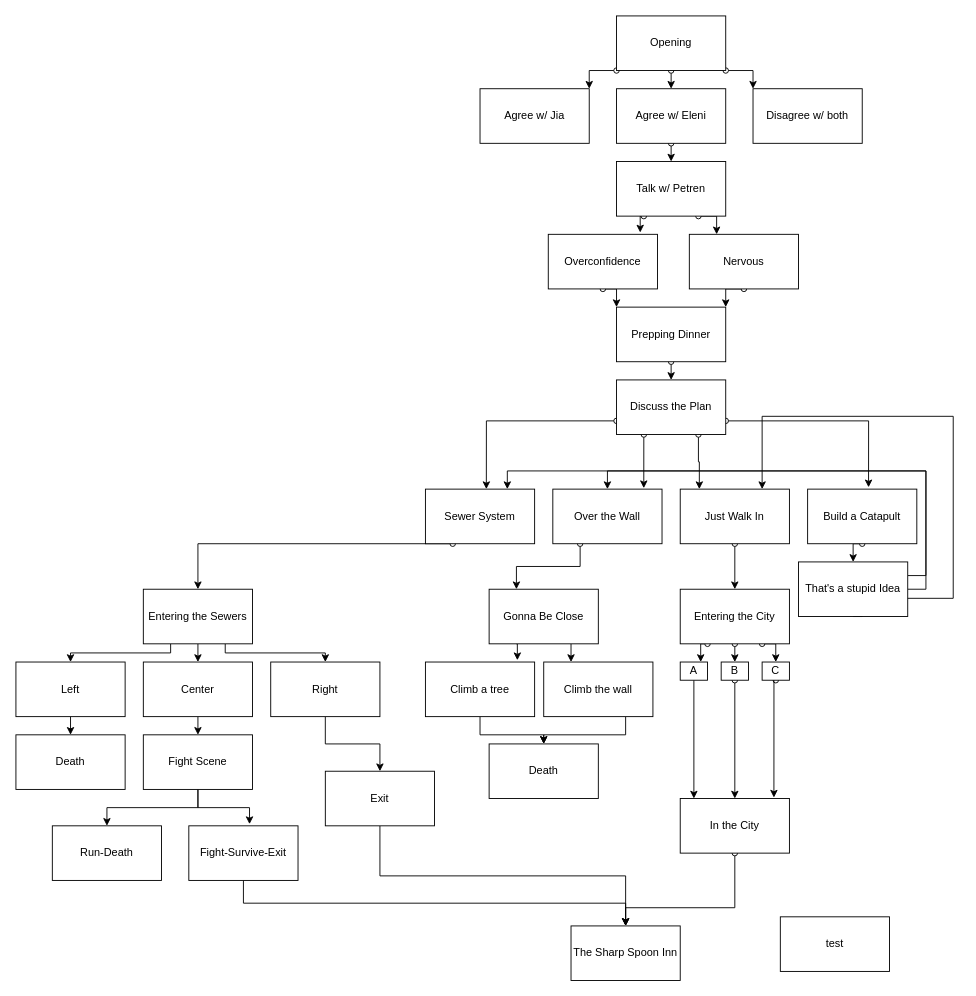
Earlier version of the draw.io diagram books/AEK/story_diagram/diagram.drawio (JoelNiemela/AEK). Source tidied: cells renumbered, new cells numbered last; positions are measured from the earlier drawing's top-left corner, leaving out a move shared by most shapes. Both pictures are drawn from the tidied source at 91%, with x=0, y=0 at pixel (15, 15).
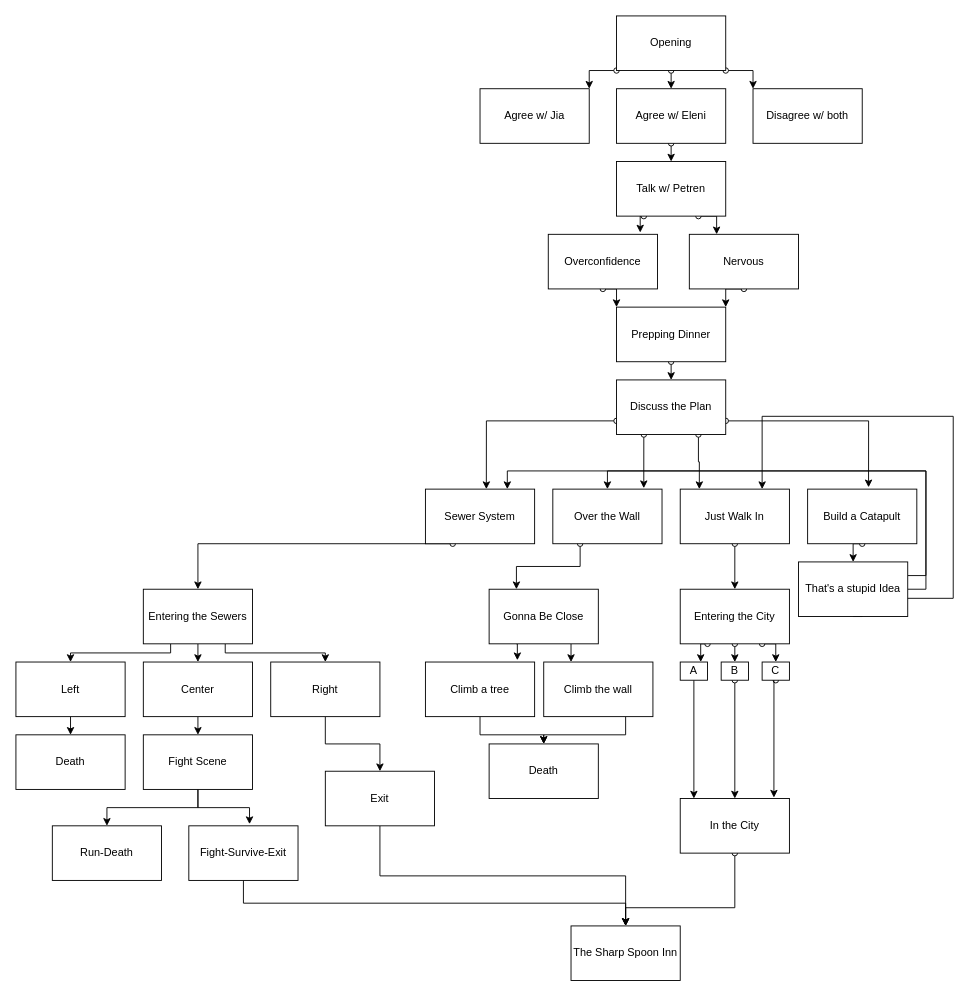
The same page after the edit.

What changed in the source:
```diff
@@
-    <mxCell id="76" value="test" style="whiteSpace=wrap;html=1;" parent="1" vertex="1">
-      <mxGeometry x="840" y="990" width="120" height="60" as="geometry" />
-    </mxCell>
```
